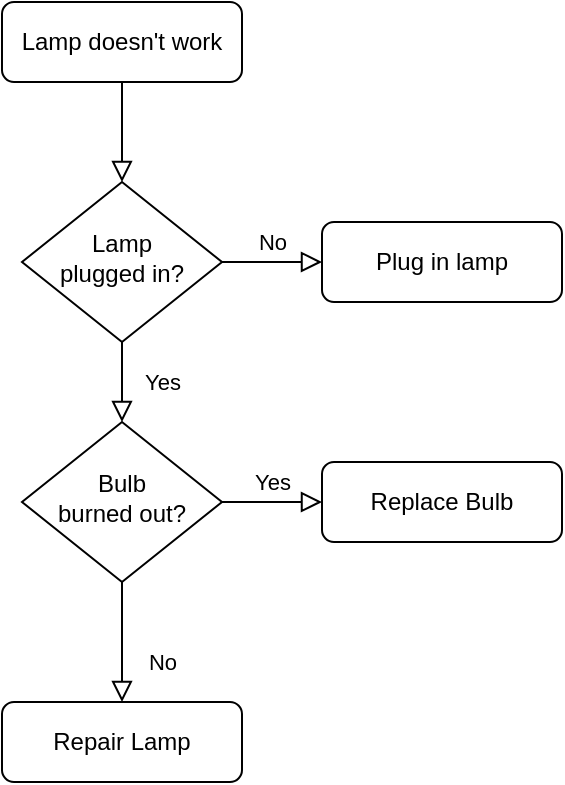
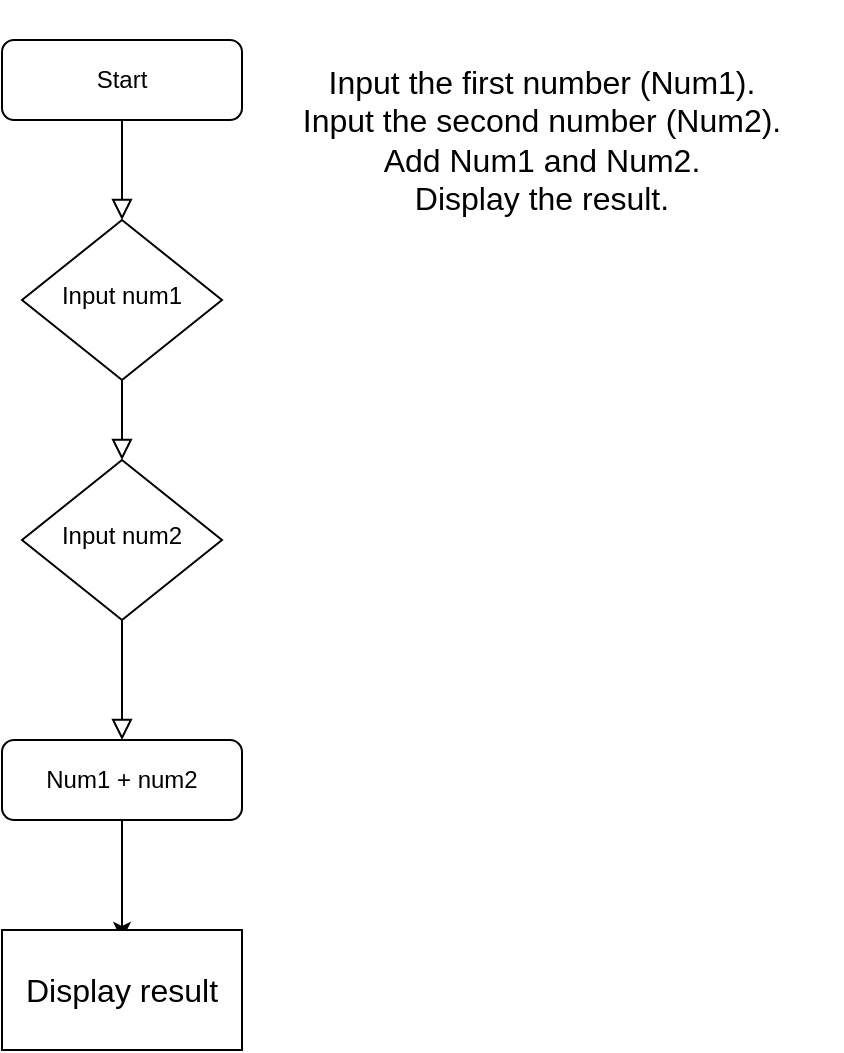
- <mxfile host="app.diagrams.net" modified="2024-01-27T00:05:16.717Z" agent="Mozilla/5.0 (Linux; Android 10; K) AppleWebKit/537.36 (KHTML, like Gecko) Chrome/120.0.0.0 Mobile Safari/537.36" version="23.0.2" etag="FM5DRjzY0nfHC_npxDeB" type="github">
-   <diagram id="C5RBs43oDa-KdzZeNtuy" name="Page-1">
-     <mxGraphModel dx="1223" dy="898" grid="1" gridSize="10" guides="1" tooltips="1" connect="1" arrows="1" fold="1" page="1" pageScale="1" pageWidth="827" pageHeight="1169" math="0" shadow="0">
+ <mxfile host="app.diagrams.net" modified="2024-01-27T00:37:02.540Z" agent="Mozilla/5.0 (Linux; Android 10; K) AppleWebKit/537.36 (KHTML, like Gecko) Chrome/120.0.0.0 Mobile Safari/537.36" etag="1Aw7Btzs2_8aTWVtN5kO" version="23.0.2" type="github" pages="2">
+   <diagram id="C5RBs43oDa-KdzZeNtuy" name="Two numbers ">
+     <mxGraphModel dx="520" dy="848" grid="1" gridSize="10" guides="1" tooltips="1" connect="1" arrows="1" fold="1" page="1" pageScale="1" pageWidth="827" pageHeight="1169" math="0" shadow="0">
      <root>
        <mxCell id="WIyWlLk6GJQsqaUBKTNV-0" />
        <mxCell id="WIyWlLk6GJQsqaUBKTNV-1" parent="WIyWlLk6GJQsqaUBKTNV-0" />
        <mxCell id="WIyWlLk6GJQsqaUBKTNV-2" value="" style="rounded=0;html=1;jettySize=auto;orthogonalLoop=1;fontSize=11;endArrow=block;endFill=0;endSize=8;strokeWidth=1;shadow=0;labelBackgroundColor=none;edgeStyle=orthogonalEdgeStyle;" parent="WIyWlLk6GJQsqaUBKTNV-1" source="WIyWlLk6GJQsqaUBKTNV-3" target="WIyWlLk6GJQsqaUBKTNV-6" edge="1">
          <mxGeometry relative="1" as="geometry" />
        </mxCell>
-         <mxCell id="WIyWlLk6GJQsqaUBKTNV-3" value="Lamp doesn&#39;t work" style="rounded=1;whiteSpace=wrap;html=1;fontSize=12;glass=0;strokeWidth=1;shadow=0;" parent="WIyWlLk6GJQsqaUBKTNV-1" vertex="1">
+         <mxCell id="WIyWlLk6GJQsqaUBKTNV-3" value="Start" style="rounded=1;whiteSpace=wrap;html=1;fontSize=12;glass=0;strokeWidth=1;shadow=0;" parent="WIyWlLk6GJQsqaUBKTNV-1" vertex="1">
          <mxGeometry x="160" y="80" width="120" height="40" as="geometry" />
        </mxCell>
-         <mxCell id="WIyWlLk6GJQsqaUBKTNV-4" value="Yes" style="rounded=0;html=1;jettySize=auto;orthogonalLoop=1;fontSize=11;endArrow=block;endFill=0;endSize=8;strokeWidth=1;shadow=0;labelBackgroundColor=none;edgeStyle=orthogonalEdgeStyle;" parent="WIyWlLk6GJQsqaUBKTNV-1" source="WIyWlLk6GJQsqaUBKTNV-6" target="WIyWlLk6GJQsqaUBKTNV-10" edge="1">
+         <mxCell id="WIyWlLk6GJQsqaUBKTNV-4" value="" style="rounded=0;html=1;jettySize=auto;orthogonalLoop=1;fontSize=11;endArrow=block;endFill=0;endSize=8;strokeWidth=1;shadow=0;labelBackgroundColor=none;edgeStyle=orthogonalEdgeStyle;" parent="WIyWlLk6GJQsqaUBKTNV-1" source="WIyWlLk6GJQsqaUBKTNV-6" target="WIyWlLk6GJQsqaUBKTNV-10" edge="1">
          <mxGeometry y="20" relative="1" as="geometry">
            <mxPoint as="offset" />
          </mxGeometry>
        </mxCell>
-         <mxCell id="WIyWlLk6GJQsqaUBKTNV-5" value="No" style="edgeStyle=orthogonalEdgeStyle;rounded=0;html=1;jettySize=auto;orthogonalLoop=1;fontSize=11;endArrow=block;endFill=0;endSize=8;strokeWidth=1;shadow=0;labelBackgroundColor=none;" parent="WIyWlLk6GJQsqaUBKTNV-1" source="WIyWlLk6GJQsqaUBKTNV-6" target="WIyWlLk6GJQsqaUBKTNV-7" edge="1">
-           <mxGeometry y="10" relative="1" as="geometry">
-             <mxPoint as="offset" />
-           </mxGeometry>
-         </mxCell>
-         <mxCell id="WIyWlLk6GJQsqaUBKTNV-6" value="Lamp&lt;br&gt;plugged in?" style="rhombus;whiteSpace=wrap;html=1;shadow=0;fontFamily=Helvetica;fontSize=12;align=center;strokeWidth=1;spacing=6;spacingTop=-4;" parent="WIyWlLk6GJQsqaUBKTNV-1" vertex="1">
+         <mxCell id="WIyWlLk6GJQsqaUBKTNV-6" value="Input num1" style="rhombus;whiteSpace=wrap;html=1;shadow=0;fontFamily=Helvetica;fontSize=12;align=center;strokeWidth=1;spacing=6;spacingTop=-4;" parent="WIyWlLk6GJQsqaUBKTNV-1" vertex="1">
          <mxGeometry x="170" y="170" width="100" height="80" as="geometry" />
        </mxCell>
-         <mxCell id="WIyWlLk6GJQsqaUBKTNV-7" value="Plug in lamp" style="rounded=1;whiteSpace=wrap;html=1;fontSize=12;glass=0;strokeWidth=1;shadow=0;" parent="WIyWlLk6GJQsqaUBKTNV-1" vertex="1">
-           <mxGeometry x="320" y="190" width="120" height="40" as="geometry" />
-         </mxCell>
-         <mxCell id="WIyWlLk6GJQsqaUBKTNV-8" value="No" style="rounded=0;html=1;jettySize=auto;orthogonalLoop=1;fontSize=11;endArrow=block;endFill=0;endSize=8;strokeWidth=1;shadow=0;labelBackgroundColor=none;edgeStyle=orthogonalEdgeStyle;" parent="WIyWlLk6GJQsqaUBKTNV-1" source="WIyWlLk6GJQsqaUBKTNV-10" target="WIyWlLk6GJQsqaUBKTNV-11" edge="1">
+         <mxCell id="WIyWlLk6GJQsqaUBKTNV-8" value="" style="rounded=0;html=1;jettySize=auto;orthogonalLoop=1;fontSize=11;endArrow=block;endFill=0;endSize=8;strokeWidth=1;shadow=0;labelBackgroundColor=none;edgeStyle=orthogonalEdgeStyle;" parent="WIyWlLk6GJQsqaUBKTNV-1" source="WIyWlLk6GJQsqaUBKTNV-10" target="WIyWlLk6GJQsqaUBKTNV-11" edge="1">
          <mxGeometry x="0.3333" y="20" relative="1" as="geometry">
            <mxPoint as="offset" />
          </mxGeometry>
        </mxCell>
-         <mxCell id="WIyWlLk6GJQsqaUBKTNV-9" value="Yes" style="edgeStyle=orthogonalEdgeStyle;rounded=0;html=1;jettySize=auto;orthogonalLoop=1;fontSize=11;endArrow=block;endFill=0;endSize=8;strokeWidth=1;shadow=0;labelBackgroundColor=none;" parent="WIyWlLk6GJQsqaUBKTNV-1" source="WIyWlLk6GJQsqaUBKTNV-10" target="WIyWlLk6GJQsqaUBKTNV-12" edge="1">
-           <mxGeometry y="10" relative="1" as="geometry">
-             <mxPoint as="offset" />
+         <mxCell id="WIyWlLk6GJQsqaUBKTNV-10" value="Input num2" style="rhombus;whiteSpace=wrap;html=1;shadow=0;fontFamily=Helvetica;fontSize=12;align=center;strokeWidth=1;spacing=6;spacingTop=-4;" parent="WIyWlLk6GJQsqaUBKTNV-1" vertex="1">
+           <mxGeometry x="170" y="290" width="100" height="80" as="geometry" />
+         </mxCell>
+         <mxCell id="WIyWlLk6GJQsqaUBKTNV-11" value="Num1 + num2" style="rounded=1;whiteSpace=wrap;html=1;fontSize=12;glass=0;strokeWidth=1;shadow=0;" parent="WIyWlLk6GJQsqaUBKTNV-1" vertex="1">
+           <mxGeometry x="160" y="430" width="120" height="40" as="geometry" />
+         </mxCell>
+         <mxCell id="sVXxcLai8Kj_A6LUV9aT-7" value="" style="edgeStyle=none;orthogonalLoop=1;jettySize=auto;html=1;rounded=0;fontSize=12;curved=1;movable=1;resizable=1;rotatable=1;deletable=1;editable=1;locked=0;connectable=1;" edge="1" parent="WIyWlLk6GJQsqaUBKTNV-1">
+           <mxGeometry width="120" relative="1" as="geometry">
+             <mxPoint x="220" y="470" as="sourcePoint" />
+             <mxPoint x="220" y="530" as="targetPoint" />
+             <Array as="points" />
          </mxGeometry>
        </mxCell>
-         <mxCell id="WIyWlLk6GJQsqaUBKTNV-10" value="Bulb&lt;br&gt;burned out?" style="rhombus;whiteSpace=wrap;html=1;shadow=0;fontFamily=Helvetica;fontSize=12;align=center;strokeWidth=1;spacing=6;spacingTop=-4;" parent="WIyWlLk6GJQsqaUBKTNV-1" vertex="1">
-           <mxGeometry x="170" y="290" width="100" height="80" as="geometry" />
+         <mxCell id="sVXxcLai8Kj_A6LUV9aT-8" value="Display result" style="whiteSpace=wrap;html=1;fontSize=16;" vertex="1" parent="WIyWlLk6GJQsqaUBKTNV-1">
+           <mxGeometry x="160" y="525" width="120" height="60" as="geometry" />
        </mxCell>
-         <mxCell id="WIyWlLk6GJQsqaUBKTNV-11" value="Repair Lamp" style="rounded=1;whiteSpace=wrap;html=1;fontSize=12;glass=0;strokeWidth=1;shadow=0;" parent="WIyWlLk6GJQsqaUBKTNV-1" vertex="1">
-           <mxGeometry x="160" y="430" width="120" height="40" as="geometry" />
+         <mxCell id="sVXxcLai8Kj_A6LUV9aT-9" value="Input the first number (Num1).&lt;br&gt;Input the second number (Num2).&lt;br&gt;Add Num1 and Num2.&lt;br&gt;Display the result." style="text;strokeColor=none;align=center;fillColor=none;html=1;verticalAlign=middle;whiteSpace=wrap;rounded=0;fontSize=16;" vertex="1" parent="WIyWlLk6GJQsqaUBKTNV-1">
+           <mxGeometry x="280" y="60" width="300" height="140" as="geometry" />
        </mxCell>
-         <mxCell id="WIyWlLk6GJQsqaUBKTNV-12" value="Replace Bulb" style="rounded=1;whiteSpace=wrap;html=1;fontSize=12;glass=0;strokeWidth=1;shadow=0;" parent="WIyWlLk6GJQsqaUBKTNV-1" vertex="1">
-           <mxGeometry x="320" y="310" width="120" height="40" as="geometry" />
+       </root>
+     </mxGraphModel>
+   </diagram>
+   <diagram id="fal7R_Lpy3U8a1ms2hPF" name="calculate 2^4">
+     <mxGraphModel dx="600" dy="978" grid="1" gridSize="10" guides="1" tooltips="1" connect="1" arrows="1" fold="1" page="1" pageScale="1" pageWidth="850" pageHeight="1100" background="none" math="0" shadow="0">
+       <root>
+         <mxCell id="0" />
+         <mxCell id="1" parent="0" />
+         <mxCell id="2C-GmomqvJ9g5vk6yf1o-1" value="" style="edgeStyle=none;orthogonalLoop=1;jettySize=auto;html=1;rounded=0;fontSize=12;startSize=8;endSize=8;curved=1;" edge="1" parent="1">
+           <mxGeometry width="120" relative="1" as="geometry">
+             <mxPoint x="249.44" y="100" as="sourcePoint" />
+             <mxPoint x="250" y="160" as="targetPoint" />
+             <Array as="points" />
+           </mxGeometry>
+         </mxCell>
+         <mxCell id="weGTeTThPZBgi8kR0DE_-2" value="" style="edgeStyle=none;orthogonalLoop=1;jettySize=auto;html=1;rounded=0;fontSize=12;startSize=8;endSize=8;curved=1;" edge="1" parent="1">
+           <mxGeometry width="140" relative="1" as="geometry">
+             <mxPoint x="250" y="240" as="sourcePoint" />
+             <mxPoint x="250" y="280" as="targetPoint" />
+             <Array as="points" />
+           </mxGeometry>
+         </mxCell>
+         <mxCell id="weGTeTThPZBgi8kR0DE_-3" value="Start" style="shape=tape;whiteSpace=wrap;html=1;fontSize=16;" vertex="1" parent="1">
+           <mxGeometry x="190" y="20" width="120" height="100" as="geometry" />
+         </mxCell>
+         <mxCell id="weGTeTThPZBgi8kR0DE_-4" value="set exponent: 4" style="shape=hexagon;perimeter=hexagonPerimeter2;whiteSpace=wrap;html=1;fixedSize=1;fontSize=16;" vertex="1" parent="1">
+           <mxGeometry x="190" y="280" width="120" height="80" as="geometry" />
+         </mxCell>
+         <mxCell id="weGTeTThPZBgi8kR0DE_-5" value="set base: 2" style="shape=hexagon;perimeter=hexagonPerimeter2;whiteSpace=wrap;html=1;fixedSize=1;fontSize=16;" vertex="1" parent="1">
+           <mxGeometry x="190" y="160" width="120" height="80" as="geometry" />
+         </mxCell>
+         <mxCell id="weGTeTThPZBgi8kR0DE_-6" value="" style="edgeStyle=none;orthogonalLoop=1;jettySize=auto;html=1;rounded=0;fontSize=12;startSize=8;endSize=8;curved=1;" edge="1" parent="1">
+           <mxGeometry width="140" relative="1" as="geometry">
+             <mxPoint x="249.44" y="360" as="sourcePoint" />
+             <mxPoint x="249.44" y="420" as="targetPoint" />
+             <Array as="points" />
+           </mxGeometry>
+         </mxCell>
+         <mxCell id="weGTeTThPZBgi8kR0DE_-8" value="multiply result by base" style="shape=hexagon;perimeter=hexagonPerimeter2;whiteSpace=wrap;html=1;fixedSize=1;fontSize=16;" vertex="1" parent="1">
+           <mxGeometry x="190" y="420" width="120" height="80" as="geometry" />
+         </mxCell>
+         <mxCell id="weGTeTThPZBgi8kR0DE_-9" value="display result&amp;nbsp;" style="ellipse;whiteSpace=wrap;html=1;fontSize=16;" vertex="1" parent="1">
+           <mxGeometry x="210" y="550" width="80" height="80" as="geometry" />
+         </mxCell>
+         <mxCell id="weGTeTThPZBgi8kR0DE_-10" value="" style="edgeStyle=none;orthogonalLoop=1;jettySize=auto;html=1;rounded=0;fontSize=12;startSize=8;endSize=8;curved=1;" edge="1" parent="1">
+           <mxGeometry width="140" relative="1" as="geometry">
+             <mxPoint x="249.55" y="500.00000000000006" as="sourcePoint" />
+             <mxPoint x="249.55" y="550" as="targetPoint" />
+             <Array as="points" />
+           </mxGeometry>
+         </mxCell>
+         <mxCell id="qbAfObZ2m_CGitQWxDf1-1" value="1-Initialize a variable result to 1 (as any number raised to the power of 0 is 1).&lt;br&gt;2-Set the base 2 and the exponent 4.&lt;br&gt;3-Use a loop to multiply result by 2 for each iteration, repeating 4 times.&lt;br&gt;4-Display the final value of result." style="text;strokeColor=none;align=center;fillColor=none;html=1;verticalAlign=middle;whiteSpace=wrap;rounded=0;fontSize=16;" vertex="1" parent="1">
+           <mxGeometry x="320" y="20" width="390" height="195" as="geometry" />
        </mxCell>
      </root>
    </mxGraphModel>
  </diagram>
</mxfile>
